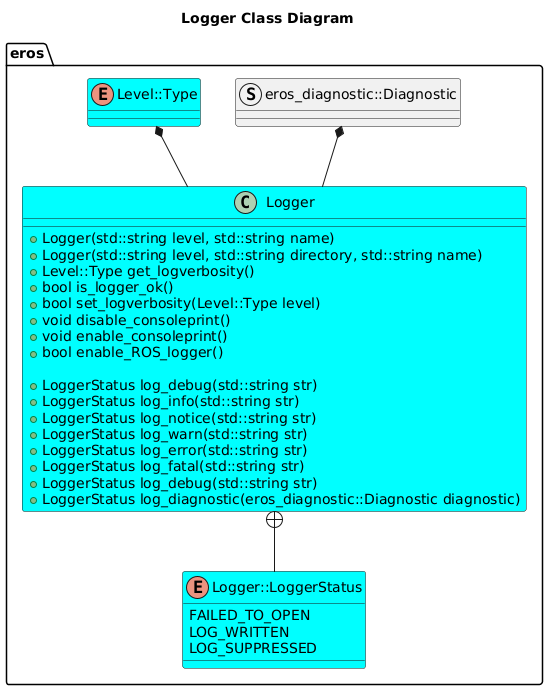
Before: include/eros/doc/output/LoggerClassDiagram.png, a diagram exported from PlantUML (dgitz/eros).
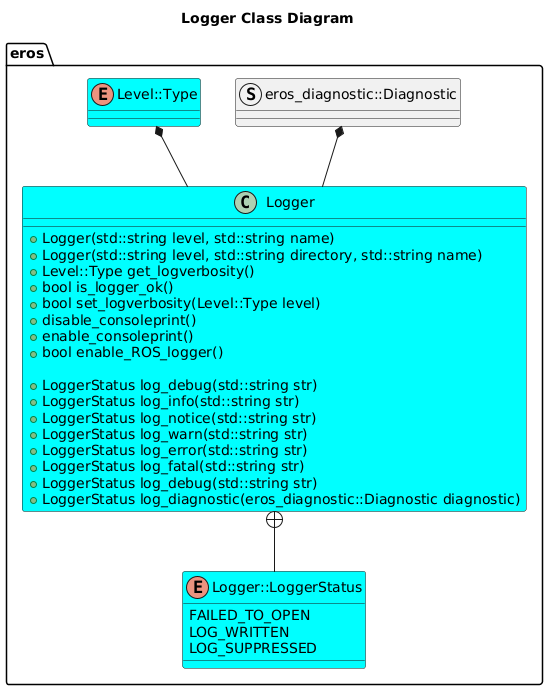
After the change.

Diff of the diagram source:
```diff
@@ -10,8 +10,8 @@
     +Level::Type get_logverbosity()
     +bool is_logger_ok()
     +bool set_logverbosity(Level::Type level)
-    +void disable_consoleprint()
-    +void enable_consoleprint()
+    +disable_consoleprint()
+    +enable_consoleprint()
     +bool enable_ROS_logger()
 
     +LoggerStatus log_debug(std::string str)
```
